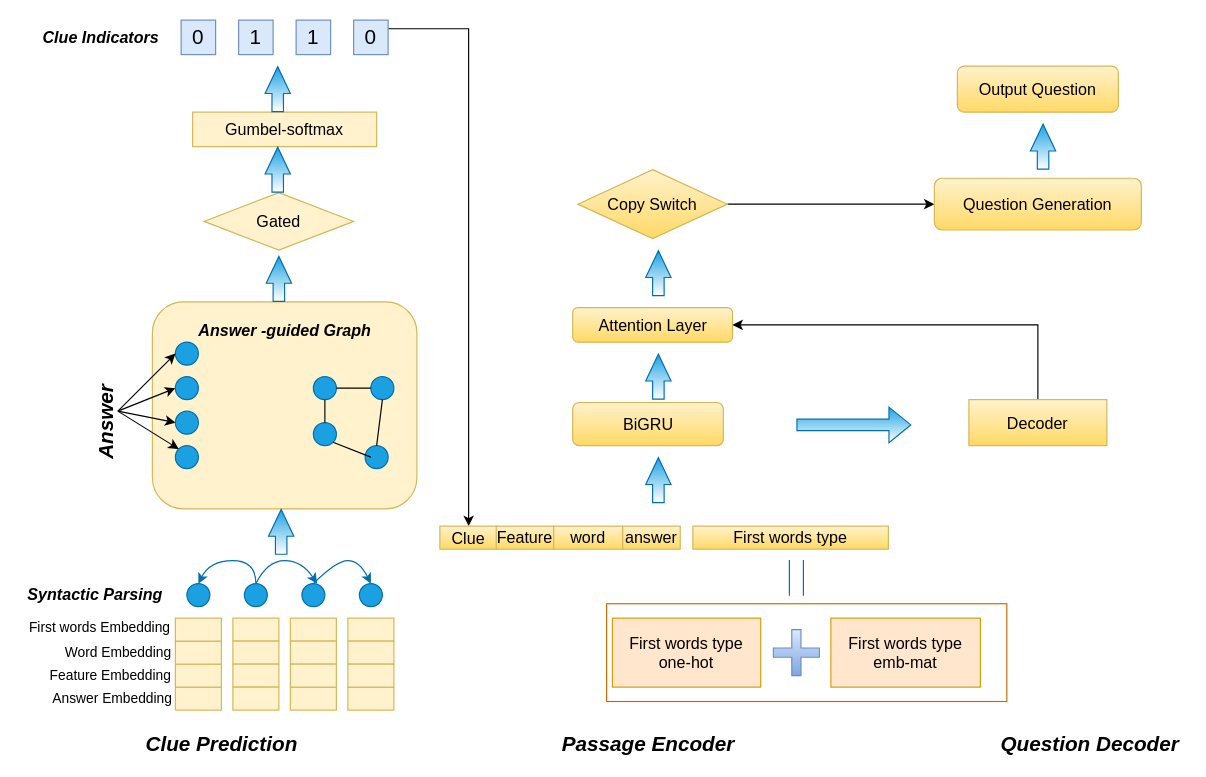
Before: Untitled Diagram.drawio in ccut2014/-, a draw.io diagram. Source tidied: cells renumbered, new cells numbered last; positions are measured from the earlier drawing's top-left corner, leaving out a move shared by most shapes. Both pictures are drawn from the tidied source at 115%, with x=0, y=0 at pixel (20, 20).
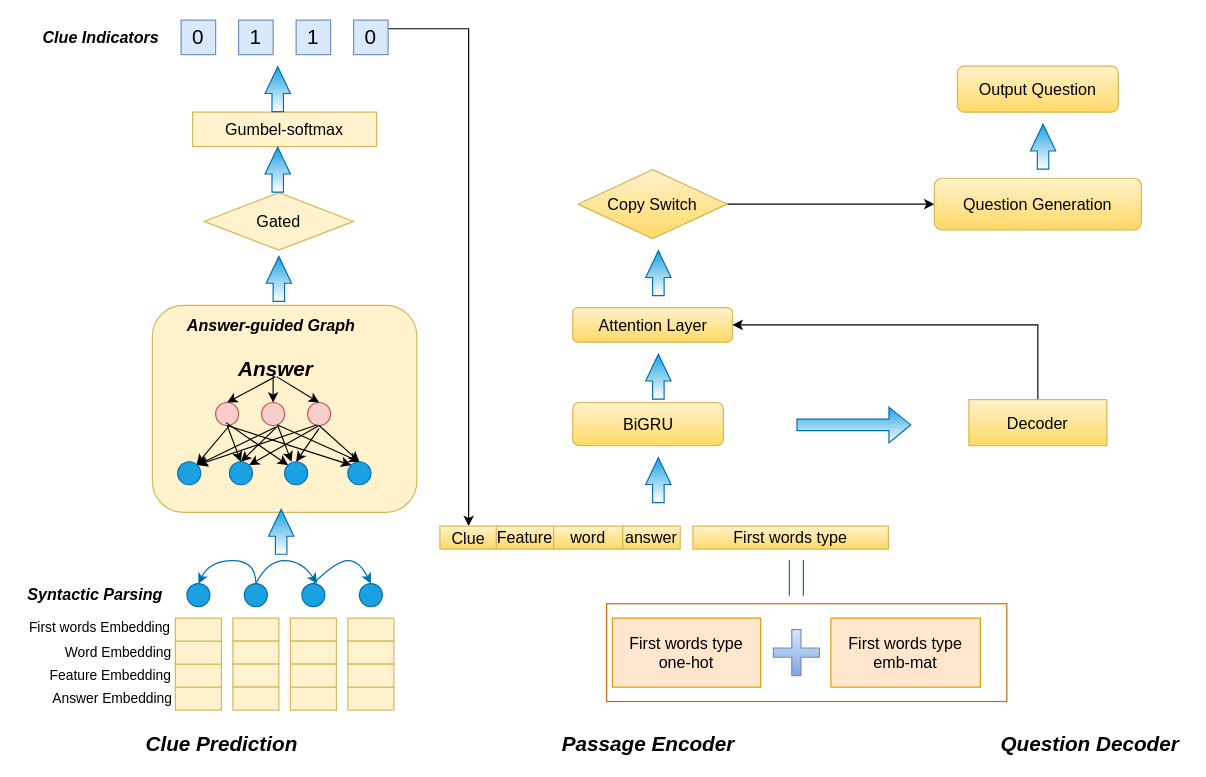
The same diagram, later.

What changed in the source:
```diff
@@
     <mxCell id="10" style="rounded=1;whiteSpace=wrap;html=1;fillColor=#fff2cc;strokeColor=#d6b656;" parent="1" vertex="1">
-      <mxGeometry x="115" y="245" width="230" height="180" as="geometry" />
+      <mxGeometry x="115" y="248" width="230" height="180" as="geometry" />
     </mxCell>
@@
-    <mxCell id="40" value="&lt;div style=&quot;direction: ltr&quot;&gt;&lt;span&gt;&lt;b&gt;&lt;i&gt;&lt;font style=&quot;font-size: 18px&quot;&gt;Answer&lt;/font&gt;&lt;/i&gt;&lt;/b&gt;&lt;/span&gt;&lt;/div&gt;" style="text;html=1;align=center;verticalAlign=middle;points=[];strokeColor=none;fillColor=none;fontSize=14;fontFamily=Helvetica;rotation=270;" parent="1" vertex="1">
-      <mxGeometry x="35" y="340" width="80" height="20" as="geometry" />
+    <mxCell id="40" value="&lt;div style=&quot;direction: ltr&quot;&gt;&lt;span&gt;&lt;b&gt;&lt;i&gt;&lt;font style=&quot;font-size: 18px&quot;&gt;Answer&lt;/font&gt;&lt;/i&gt;&lt;/b&gt;&lt;/span&gt;&lt;/div&gt;" style="text;html=1;align=center;verticalAlign=middle;points=[];strokeColor=none;fillColor=none;fontSize=14;fontFamily=Helvetica;rotation=0;" parent="1" vertex="1">
+      <mxGeometry x="182" y="294" width="80" height="20" as="geometry" />
     </mxCell>
-    <mxCell id="41" style="ellipse;whiteSpace=wrap;html=1;fontFamily=Helvetica;fontSize=14;fillColor=#1ba1e2;fontColor=#ffffff;strokeColor=#006EAF;" parent="1" vertex="1">
-      <mxGeometry x="135" y="280" width="20" height="20" as="geometry" />
+    <mxCell id="41" style="ellipse;whiteSpace=wrap;html=1;fontFamily=Helvetica;fontSize=14;fillColor=#f8cecc;strokeColor=#b85450;" parent="1" vertex="1">
+      <mxGeometry x="250" y="332.5" width="20" height="20" as="geometry" />
     </mxCell>
-    <mxCell id="42" style="ellipse;whiteSpace=wrap;html=1;fontFamily=Helvetica;fontSize=14;fillColor=#1ba1e2;fontColor=#ffffff;strokeColor=#006EAF;" parent="1" vertex="1">
-      <mxGeometry x="135" y="310" width="20" height="20" as="geometry" />
+    <mxCell id="42" style="ellipse;whiteSpace=wrap;html=1;fontFamily=Helvetica;fontSize=14;fillColor=#f8cecc;strokeColor=#b85450;" parent="1" vertex="1">
+      <mxGeometry x="210" y="332.5" width="20" height="20" as="geometry" />
     </mxCell>
-    <mxCell id="43" style="ellipse;whiteSpace=wrap;html=1;fontFamily=Helvetica;fontSize=14;fillColor=#1ba1e2;fontColor=#ffffff;strokeColor=#006EAF;" parent="1" vertex="1">
-      <mxGeometry x="135" y="340" width="20" height="20" as="geometry" />
+    <mxCell id="43" style="ellipse;whiteSpace=wrap;html=1;fontFamily=Helvetica;fontSize=14;fillColor=#f8cecc;strokeColor=#b85450;" parent="1" vertex="1">
+      <mxGeometry x="170" y="332.5" width="20" height="20" as="geometry" />
     </mxCell>
-    <mxCell id="44" style="ellipse;whiteSpace=wrap;html=1;fontFamily=Helvetica;fontSize=14;fillColor=#1ba1e2;fontColor=#ffffff;strokeColor=#006EAF;" parent="1" vertex="1">
-      <mxGeometry x="135" y="370" width="20" height="20" as="geometry" />
-    </mxCell>
-    <mxCell id="45" style="ellipse;whiteSpace=wrap;html=1;fontFamily=Helvetica;fontSize=14;fillColor=#1ba1e2;fontColor=#ffffff;strokeColor=#006EAF;" parent="1" vertex="1">
-      <mxGeometry x="255" y="350" width="20" height="20" as="geometry" />
-    </mxCell>
-    <mxCell id="46" style="ellipse;whiteSpace=wrap;html=1;fontFamily=Helvetica;fontSize=14;fillColor=#1ba1e2;fontColor=#ffffff;strokeColor=#006EAF;" parent="1" vertex="1">
-      <mxGeometry x="300" y="370" width="20" height="20" as="geometry" />
-    </mxCell>
-    <mxCell id="47" style="ellipse;whiteSpace=wrap;html=1;fontFamily=Helvetica;fontSize=14;fillColor=#1ba1e2;fontColor=#ffffff;strokeColor=#006EAF;" parent="1" vertex="1">
-      <mxGeometry x="255" y="310" width="20" height="20" as="geometry" />
-    </mxCell>
-    <mxCell id="48" style="ellipse;whiteSpace=wrap;html=1;fontFamily=Helvetica;fontSize=14;fillColor=#1ba1e2;fontColor=#ffffff;strokeColor=#006EAF;" parent="1" vertex="1">
-      <mxGeometry x="305" y="310" width="20" height="20" as="geometry" />
-    </mxCell>
-    <mxCell id="49" style="endArrow=none;html=1;rounded=0;fontFamily=Helvetica;fontSize=14;exitX=1;exitY=0.5;exitDx=0;exitDy=0;" parent="1" edge="1" source="47">
-      <mxGeometry relative="1" as="geometry">
-        <mxPoint x="305" y="320" as="targetPoint" />
-      </mxGeometry>
-    </mxCell>
-    <mxCell id="50" style="endArrow=none;html=1;rounded=0;fontFamily=Helvetica;fontSize=14;entryX=0.5;entryY=0;entryDx=0;entryDy=0;" parent="1" edge="1" target="46">
-      <mxGeometry relative="1" as="geometry">
-        <mxPoint x="315" y="330" as="sourcePoint" />
-      </mxGeometry>
-    </mxCell>
-    <mxCell id="51" style="endArrow=none;html=1;rounded=0;fontFamily=Helvetica;fontSize=14;exitX=0.5;exitY=1;exitDx=0;exitDy=0;entryX=0.5;entryY=0;entryDx=0;entryDy=0;" parent="1" edge="1" source="47" target="45">
-      <mxGeometry relative="1" as="geometry" />
-    </mxCell>
-    <mxCell id="52" style="endArrow=none;html=1;rounded=0;fontFamily=Helvetica;fontSize=14;exitX=1;exitY=1;exitDx=0;exitDy=0;" parent="1" edge="1" source="45">
-      <mxGeometry relative="1" as="geometry">
-        <mxPoint x="305" y="380" as="targetPoint" />
-      </mxGeometry>
-    </mxCell>
@@
-    <mxCell id="56" value="&lt;b&gt;&lt;i&gt;Answer -guided Graph&lt;/i&gt;&lt;/b&gt;" style="text;html=1;align=center;verticalAlign=middle;strokeColor=none;fillColor=none;fontSize=14;fontFamily=Helvetica;" parent="1" vertex="1">
-      <mxGeometry x="145" y="260" width="170" height="20" as="geometry" />
-    </mxCell>
@@
-    <mxCell id="83" style="endArrow=classic;html=1;rounded=0;fontFamily=Helvetica;fontSize=14;gradientColor=#ffffff;entryX=0;entryY=0.5;entryDx=0;entryDy=0;" parent="1" edge="1" source="40" target="41">
-      <mxGeometry relative="1" as="geometry" />
+    <mxCell id="83" style="endArrow=classic;html=1;rounded=0;fontFamily=Helvetica;fontSize=14;gradientColor=#ffffff;entryX=0.5;entryY=0;entryDx=0;entryDy=0;" parent="1" edge="1" target="41">
+      <mxGeometry relative="1" as="geometry">
+        <mxPoint x="223" y="310" as="sourcePoint" />
+      </mxGeometry>
     </mxCell>
-    <mxCell id="84" style="endArrow=classic;html=1;rounded=0;fontFamily=Helvetica;fontSize=14;gradientColor=#ffffff;entryX=0;entryY=0.5;entryDx=0;entryDy=0;" parent="1" edge="1" target="42">
-      <mxGeometry relative="1" as="geometry">
-        <mxPoint x="85" y="340" as="sourcePoint" />
-      </mxGeometry>
-    </mxCell>
-    <mxCell id="85" style="endArrow=classic;html=1;rounded=0;fontFamily=Helvetica;fontSize=14;gradientColor=#ffffff;entryX=0;entryY=0.5;entryDx=0;entryDy=0;" parent="1" edge="1" target="43">
-      <mxGeometry relative="1" as="geometry">
-        <mxPoint x="85" y="340" as="sourcePoint" />
-      </mxGeometry>
-    </mxCell>
-    <mxCell id="86" style="endArrow=classic;html=1;rounded=0;fontFamily=Helvetica;fontSize=14;gradientColor=#ffffff;entryX=0;entryY=0;entryDx=0;entryDy=0;" parent="1" edge="1" target="44">
-      <mxGeometry relative="1" as="geometry">
-        <mxPoint x="85" y="340" as="sourcePoint" />
-      </mxGeometry>
-    </mxCell>
+    <mxCell id="87" style="endArrow=classic;html=1;rounded=0;fontFamily=Helvetica;fontSize=14;gradientColor=#ffffff;entryX=0.5;entryY=0;entryDx=0;entryDy=0;" parent="1" edge="1" target="43">
+      <mxGeometry relative="1" as="geometry">
+        <mxPoint x="222" y="310" as="sourcePoint" />
+      </mxGeometry>
+    </mxCell>
+    <mxCell id="88" style="endArrow=classic;html=1;rounded=0;fontFamily=Helvetica;fontSize=14;gradientColor=#ffffff;entryX=0.5;entryY=0;entryDx=0;entryDy=0;" parent="1" edge="1" target="42">
+      <mxGeometry relative="1" as="geometry">
+        <mxPoint x="220" y="309" as="sourcePoint" />
+      </mxGeometry>
+    </mxCell>
+    <mxCell id="89" style="ellipse;whiteSpace=wrap;html=1;fillColor=#1ba1e2;fontColor=#ffffff;strokeColor=#006EAF;" parent="1" vertex="1">
+      <mxGeometry x="137" y="384" width="20" height="20" as="geometry" />
+    </mxCell>
+    <mxCell id="90" style="ellipse;whiteSpace=wrap;html=1;fillColor=#1ba1e2;fontColor=#ffffff;strokeColor=#006EAF;" parent="1" vertex="1">
+      <mxGeometry x="285" y="384" width="20" height="20" as="geometry" />
+    </mxCell>
+    <mxCell id="91" style="ellipse;whiteSpace=wrap;html=1;fillColor=#1ba1e2;fontColor=#ffffff;strokeColor=#006EAF;" parent="1" vertex="1">
+      <mxGeometry x="230" y="384" width="20" height="20" as="geometry" />
+    </mxCell>
+    <mxCell id="92" style="ellipse;whiteSpace=wrap;html=1;fillColor=#1ba1e2;fontColor=#ffffff;strokeColor=#006EAF;" parent="1" vertex="1">
+      <mxGeometry x="182" y="384" width="20" height="20" as="geometry" />
+    </mxCell>
+    <mxCell id="93" style="endArrow=classic;html=1;rounded=0;entryX=0.5;entryY=0;entryDx=0;entryDy=0;exitX=0.5;exitY=1;exitDx=0;exitDy=0;" parent="1" edge="1" source="43" target="92">
+      <mxGeometry relative="1" as="geometry" />
+    </mxCell>
+    <mxCell id="94" style="endArrow=classic;html=1;rounded=0;entryX=0.5;entryY=0;entryDx=0;entryDy=0;exitX=0.5;exitY=1;exitDx=0;exitDy=0;" parent="1" edge="1">
+      <mxGeometry relative="1" as="geometry">
+        <mxPoint x="224" y="352.5" as="sourcePoint" />
+        <mxPoint x="236" y="384" as="targetPoint" />
+      </mxGeometry>
+    </mxCell>
+    <mxCell id="95" style="endArrow=classic;html=1;rounded=0;exitX=0.5;exitY=1;exitDx=0;exitDy=0;" parent="1" edge="1" target="89">
+      <mxGeometry relative="1" as="geometry">
+        <mxPoint x="182" y="352.5" as="sourcePoint" />
+      </mxGeometry>
+    </mxCell>
+    <mxCell id="96" style="endArrow=classic;html=1;rounded=0;entryX=0.5;entryY=0;entryDx=0;entryDy=0;exitX=0.5;exitY=1;exitDx=0;exitDy=0;" parent="1" edge="1" source="41" target="90">
+      <mxGeometry relative="1" as="geometry" />
+    </mxCell>
+    <mxCell id="97" style="endArrow=classic;html=1;rounded=0;entryX=0;entryY=0;entryDx=0;entryDy=0;" parent="1" edge="1" target="91">
+      <mxGeometry relative="1" as="geometry">
+        <mxPoint x="179" y="350" as="sourcePoint" />
+      </mxGeometry>
+    </mxCell>
+    <mxCell id="98" style="endArrow=classic;html=1;rounded=0;entryX=0;entryY=0;entryDx=0;entryDy=0;exitX=0.5;exitY=1;exitDx=0;exitDy=0;" parent="1" edge="1" source="43" target="90">
+      <mxGeometry relative="1" as="geometry" />
+    </mxCell>
+    <mxCell id="99" style="endArrow=classic;html=1;rounded=0;entryX=1;entryY=0;entryDx=0;entryDy=0;" parent="1" edge="1" target="89">
+      <mxGeometry relative="1" as="geometry">
+        <mxPoint x="222" y="354" as="sourcePoint" />
+      </mxGeometry>
+    </mxCell>
+    <mxCell id="100" style="endArrow=classic;html=1;rounded=0;entryX=0.5;entryY=0;entryDx=0;entryDy=0;" parent="1" edge="1" target="92">
+      <mxGeometry relative="1" as="geometry">
+        <mxPoint x="225" y="352" as="sourcePoint" />
+      </mxGeometry>
+    </mxCell>
+    <mxCell id="101" style="endArrow=classic;html=1;rounded=0;entryX=0.5;entryY=0;entryDx=0;entryDy=0;" parent="1" edge="1" target="90">
+      <mxGeometry relative="1" as="geometry">
+        <mxPoint x="224" y="352" as="sourcePoint" />
+      </mxGeometry>
+    </mxCell>
+    <mxCell id="102" style="endArrow=classic;html=1;rounded=0;entryX=1;entryY=0;entryDx=0;entryDy=0;" parent="1" edge="1" target="89">
+      <mxGeometry relative="1" as="geometry">
+        <mxPoint x="258" y="352" as="sourcePoint" />
+      </mxGeometry>
+    </mxCell>
+    <mxCell id="103" style="endArrow=classic;html=1;rounded=0;entryX=1;entryY=0;entryDx=0;entryDy=0;exitX=0.5;exitY=1;exitDx=0;exitDy=0;" parent="1" edge="1" source="41" target="92">
+      <mxGeometry relative="1" as="geometry" />
+    </mxCell>
+    <mxCell id="104" style="endArrow=classic;html=1;rounded=0;entryX=0.5;entryY=0;entryDx=0;entryDy=0;" parent="1" edge="1" target="91">
+      <mxGeometry relative="1" as="geometry">
+        <mxPoint x="260" y="355" as="sourcePoint" />
+      </mxGeometry>
+    </mxCell>
+    <mxCell id="105" value="&lt;b&gt;&lt;i&gt;&lt;font style=&quot;font-size: 14px&quot;&gt;Answer-guided Graph&lt;/font&gt;&lt;/i&gt;&lt;/b&gt;" style="text;html=1;align=center;verticalAlign=middle;strokeColor=none;fillColor=none;" parent="1" vertex="1">
+      <mxGeometry x="140" y="256" width="156" height="19" as="geometry" />
+    </mxCell>
```
